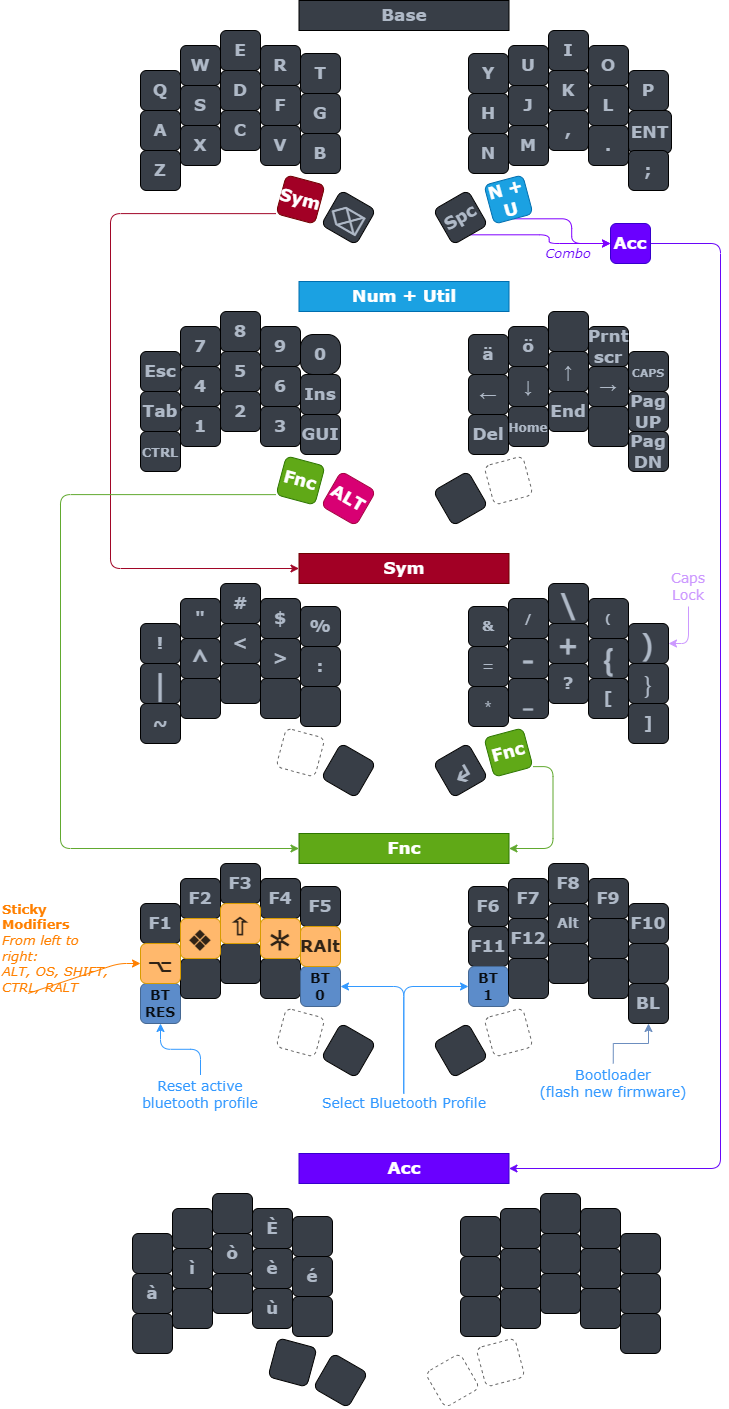
ppouke/zmk-urchin keeps this draw.io diagram as Images/UrchinLayout.png. Above is the earlier version. Source tidied: cells renumbered, new cells last; positions are measured from the earlier drawing's top-left corner, leaving out a move shared by most shapes.
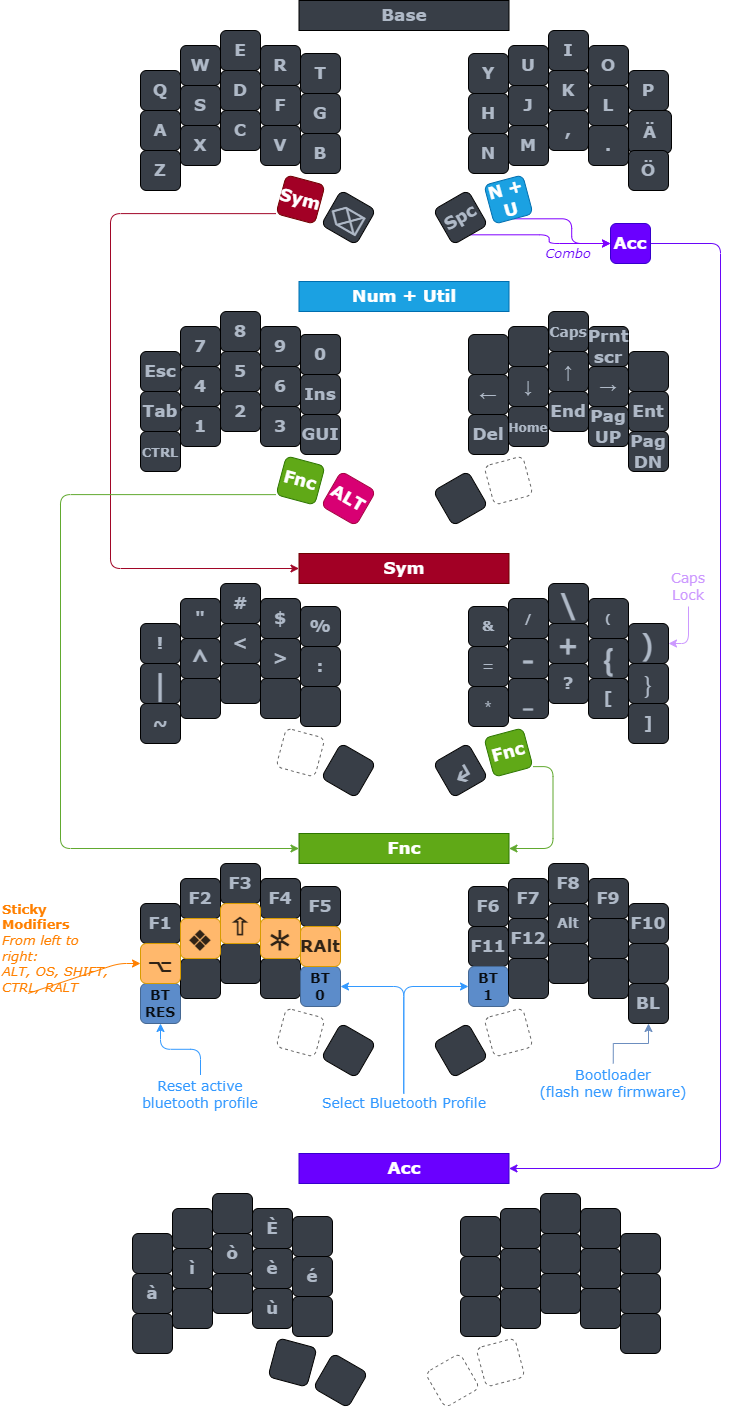
The same file after the commit.

What changed in the source:
```diff
@@ -88,7 +88,7 @@
     <mxCell id="28" value="L" style="whiteSpace=wrap;html=1;fontSize=17;fontFamily=Verdana;fontStyle=1;fontColor=#AFB9C7;fillColor=#383E47;rounded=1;" parent="1" vertex="1">
       <mxGeometry x="588" y="85" width="40" height="40" as="geometry" />
     </mxCell>
-    <mxCell id="29" value="ENT" style="whiteSpace=wrap;html=1;fontSize=17;fontFamily=Verdana;fontStyle=1;fontColor=#AFB9C7;fillColor=#383E47;rounded=1;" parent="1" vertex="1">
+    <mxCell id="29" value="Ä" style="whiteSpace=wrap;html=1;fontSize=17;fontFamily=Verdana;fontStyle=1;fontColor=#AFB9C7;fillColor=#383E47;rounded=1;" parent="1" vertex="1">
       <mxGeometry x="628" y="110" width="43" height="43" as="geometry" />
     </mxCell>
     <mxCell id="30" value="N" style="whiteSpace=wrap;html=1;fontSize=17;fontFamily=Verdana;fontStyle=1;fontColor=#AFB9C7;fillColor=#383E47;rounded=1;" parent="1" vertex="1">
@@ -103,7 +103,7 @@
     <mxCell id="33" value="." style="whiteSpace=wrap;html=1;fontSize=17;fontFamily=Verdana;fontStyle=1;fontColor=#AFB9C7;fillColor=#383E47;rounded=1;" parent="1" vertex="1">
       <mxGeometry x="588" y="125" width="40" height="40" as="geometry" />
     </mxCell>
-    <mxCell id="34" value=";" style="whiteSpace=wrap;html=1;fontSize=17;fontFamily=Verdana;fontStyle=1;fontColor=#AFB9C7;fillColor=#383E47;rounded=1;" parent="1" vertex="1">
+    <mxCell id="34" value="Ö" style="whiteSpace=wrap;html=1;fontSize=17;fontFamily=Verdana;fontStyle=1;fontColor=#AFB9C7;fillColor=#383E47;rounded=1;" parent="1" vertex="1">
       <mxGeometry x="628" y="150" width="40" height="40" as="geometry" />
     </mxCell>
     <mxCell id="35" style="edgeStyle=orthogonalEdgeStyle;rounded=1;jettySize=auto;html=1;exitX=0.5;exitY=1;exitDx=0;exitDy=0;entryX=0;entryY=0.5;entryDx=0;entryDy=0;fontFamily=Verdana;fontSize=14;fontColor=#6906F9;strokeColor=#7F00FF;" parent="1" edge="1" source="36" target="113">
@@ -133,7 +133,7 @@
     <mxCell id="43" value="9" style="whiteSpace=wrap;html=1;fontSize=17;fontFamily=Verdana;fontStyle=1;fontColor=#AFB9C7;fillColor=#383E47;rounded=1;" parent="1" vertex="1">
       <mxGeometry x="260" y="326" width="40" height="40" as="geometry" />
     </mxCell>
-    <mxCell id="44" value="0" style="whiteSpace=wrap;html=1;fontSize=17;fontFamily=Verdana;fontStyle=1;fontColor=#AFB9C7;fillColor=#383E47;rounded=1;arcSize=32;" parent="1" vertex="1">
+    <mxCell id="44" value="0" style="whiteSpace=wrap;html=1;fontSize=17;fontFamily=Verdana;fontStyle=1;fontColor=#AFB9C7;fillColor=#383E47;rounded=1;arcSize=12;" parent="1" vertex="1">
       <mxGeometry x="300" y="334" width="40" height="40" as="geometry" />
     </mxCell>
     <mxCell id="45" value="Tab" style="whiteSpace=wrap;html=1;fontSize=17;fontFamily=Verdana;fontStyle=1;fontColor=#AFB9C7;fillColor=#383E47;rounded=1;" parent="1" vertex="1">
@@ -180,19 +180,19 @@
     <mxCell id="57" value="ALT" style="whiteSpace=wrap;html=1;rotation=30;fontSize=17;fontFamily=Verdana;fontStyle=1;fontColor=#ffffff;fillColor=#d80073;strokeColor=#A50040;rounded=1;" parent="1" vertex="1">
       <mxGeometry x="328" y="478" width="40" height="40" as="geometry" />
     </mxCell>
-    <mxCell id="58" value="ä" style="whiteSpace=wrap;html=1;fontSize=17;fontFamily=Verdana;fontStyle=1;fontColor=#AFB9C7;fillColor=#383E47;rounded=1;" parent="1" vertex="1">
+    <mxCell id="58" style="whiteSpace=wrap;html=1;fontSize=17;fontFamily=Verdana;fontStyle=1;fontColor=#AFB9C7;fillColor=#383E47;rounded=1;" parent="1" vertex="1">
       <mxGeometry x="468" y="334" width="40" height="40" as="geometry" />
     </mxCell>
-    <mxCell id="59" value="ö" style="whiteSpace=wrap;html=1;fontSize=17;fontFamily=Verdana;fontStyle=1;fontColor=#AFB9C7;fillColor=#383E47;rounded=1;" parent="1" vertex="1">
+    <mxCell id="59" style="whiteSpace=wrap;html=1;fontSize=17;fontFamily=Verdana;fontStyle=1;fontColor=#AFB9C7;fillColor=#383E47;rounded=1;" parent="1" vertex="1">
       <mxGeometry x="508" y="326" width="40" height="40" as="geometry" />
     </mxCell>
-    <mxCell id="60" style="whiteSpace=wrap;html=1;fontSize=17;fontFamily=Verdana;fontStyle=1;fontColor=#AFB9C7;fillColor=#383E47;rounded=1;" parent="1" vertex="1">
+    <mxCell id="60" value="&lt;font style=&quot;font-size: 14px;&quot;&gt;Caps&lt;/font&gt;" style="whiteSpace=wrap;html=1;fontSize=17;fontFamily=Verdana;fontStyle=1;fontColor=#AFB9C7;fillColor=#383E47;rounded=1;" parent="1" vertex="1">
       <mxGeometry x="548" y="311" width="40" height="40" as="geometry" />
     </mxCell>
     <mxCell id="61" value="Prnt scr" style="whiteSpace=wrap;html=1;fontSize=17;fontFamily=Verdana;fontStyle=1;fontColor=#AFB9C7;fillColor=#383E47;rounded=1;" parent="1" vertex="1">
       <mxGeometry x="588" y="326" width="40" height="40" as="geometry" />
     </mxCell>
-    <mxCell id="62" value="&lt;font style=&quot;font-size: 11px;&quot;&gt;CAPS&lt;/font&gt;" style="whiteSpace=wrap;html=1;fontSize=17;fontFamily=Verdana;fontStyle=1;fontColor=#AFB9C7;fillColor=#383E47;rounded=1;" parent="1" vertex="1">
+    <mxCell id="62" style="whiteSpace=wrap;html=1;fontSize=17;fontFamily=Verdana;fontStyle=1;fontColor=#AFB9C7;fillColor=#383E47;rounded=1;" parent="1" vertex="1">
       <mxGeometry x="628" y="351" width="40" height="40" as="geometry" />
     </mxCell>
     <mxCell id="63" value="←" style="whiteSpace=wrap;html=1;fontSize=17;fontFamily=Verdana;fontStyle=1;fontColor=#AFB9C7;fillColor=#383E47;rounded=1;" parent="1" vertex="1">
@@ -207,7 +207,7 @@
     <mxCell id="66" value="→" style="whiteSpace=wrap;html=1;fontSize=17;fontFamily=Verdana;fontStyle=1;fontColor=#AFB9C7;fillColor=#383E47;rounded=1;" parent="1" vertex="1">
       <mxGeometry x="588" y="366" width="40" height="40" as="geometry" />
     </mxCell>
-    <mxCell id="67" value="Pag&lt;br&gt;UP" style="whiteSpace=wrap;html=1;fontSize=17;fontFamily=Verdana;fontStyle=1;fontColor=#AFB9C7;fillColor=#383E47;rounded=1;" parent="1" vertex="1">
+    <mxCell id="67" value="Ent" style="whiteSpace=wrap;html=1;fontSize=17;fontFamily=Verdana;fontStyle=1;fontColor=#AFB9C7;fillColor=#383E47;rounded=1;" parent="1" vertex="1">
       <mxGeometry x="628" y="391" width="40" height="40" as="geometry" />
     </mxCell>
     <mxCell id="68" value="Del" style="whiteSpace=wrap;html=1;fontSize=17;fontFamily=Verdana;fontStyle=1;fontColor=#AFB9C7;fillColor=#383E47;rounded=1;" parent="1" vertex="1">
@@ -219,7 +219,7 @@
     <mxCell id="70" value="End" style="whiteSpace=wrap;html=1;fontSize=17;fontFamily=Verdana;fontStyle=1;fontColor=#AFB9C7;fillColor=#383E47;rounded=1;" parent="1" vertex="1">
       <mxGeometry x="548" y="391" width="40" height="40" as="geometry" />
     </mxCell>
-    <mxCell id="71" style="whiteSpace=wrap;html=1;fontSize=17;fontFamily=Verdana;fontStyle=1;fontColor=#AFB9C7;fillColor=#383E47;rounded=1;" parent="1" vertex="1">
+    <mxCell id="71" value="Pag&lt;br&gt;UP" style="whiteSpace=wrap;html=1;fontSize=17;fontFamily=Verdana;fontStyle=1;fontColor=#AFB9C7;fillColor=#383E47;rounded=1;" parent="1" vertex="1">
       <mxGeometry x="588" y="406" width="40" height="40" as="geometry" />
     </mxCell>
     <mxCell id="72" value="Pag DN" style="whiteSpace=wrap;html=1;fontSize=17;fontFamily=Verdana;fontStyle=1;fontColor=#AFB9C7;fillColor=#383E47;rounded=1;" parent="1" vertex="1">
```
